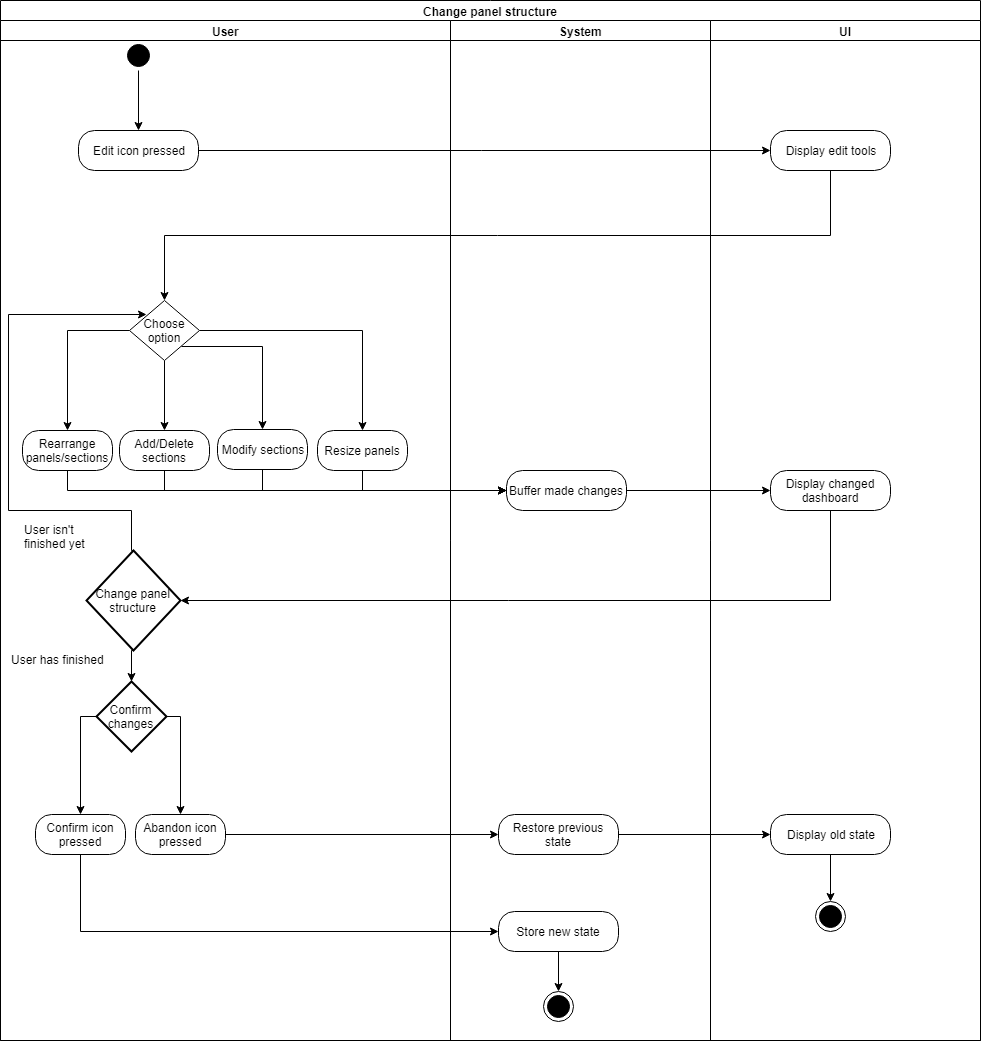
Earlier version of the draw.io export docs/specifications/ucs/layout/change_panel_structure/activity_diagrams/change_panel_structure.png (raphaelmue/dashup). Source tidied: cells renumbered, new cells last; positions are measured from the earlier drawing's top-left corner, leaving out a move shared by most shapes.
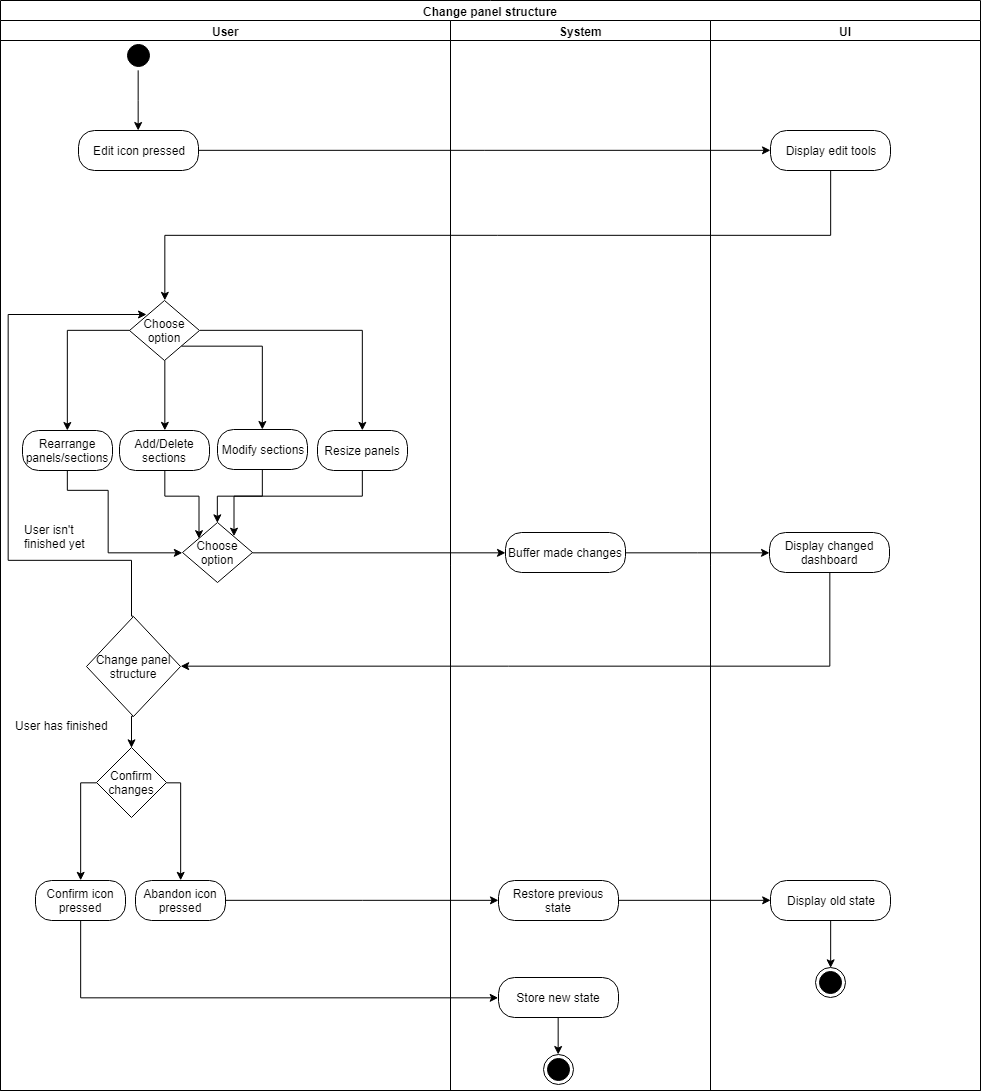
After the change.

The edit, as a diff of the source:
```diff
@@ -23,44 +23,44 @@
     <mxCell id="8" value="Edit icon pressed" style="rounded=1;whiteSpace=wrap;html=1;arcSize=40;fontColor=#000000;fillColor=#FFFFFF;strokeColor=#000000;" parent="1" vertex="1">
       <mxGeometry x="78" y="130" width="120" height="40" as="geometry" />
     </mxCell>
-    <mxCell id="9" style="edgeStyle=orthogonalEdgeStyle;rounded=0;jettySize=auto;html=1;exitX=0.5;exitY=1;exitDx=0;exitDy=0;entryX=0;entryY=0.5;entryDx=0;entryDy=0;" parent="1" edge="1" source="10" target="14">
-      <mxGeometry relative="1" as="geometry" />
-    </mxCell>
+    <mxCell id="52" style="edgeStyle=orthogonalEdgeStyle;rounded=0;jettySize=auto;html=1;exitX=0.5;exitY=1;exitDx=0;exitDy=0;entryX=0;entryY=0.5;entryDx=0;entryDy=0;entryPerimeter=0;" parent="1" edge="1" source="10" target="56">
+      <mxGeometry relative="1" as="geometry">
+        <Array as="points">
+          <mxPoint x="67" y="490" />
+          <mxPoint x="108" y="490" />
+          <mxPoint x="108" y="552" />
+        </Array>
+      </mxGeometry>
+    </mxCell>
     <mxCell id="10" value="Rearrange panels/sections" style="rounded=1;whiteSpace=wrap;html=1;arcSize=40;fontColor=#000000;fillColor=#FFFFFF;strokeColor=#000000;" parent="1" vertex="1">
       <mxGeometry x="22" y="430" width="90" height="40" as="geometry" />
     </mxCell>
-    <mxCell id="11" style="edgeStyle=orthogonalEdgeStyle;rounded=0;jettySize=auto;html=1;exitX=0.5;exitY=1;exitDx=0;exitDy=0;entryX=0;entryY=0.5;entryDx=0;entryDy=0;" parent="1" edge="1" source="12" target="14">
-      <mxGeometry relative="1" as="geometry" />
-    </mxCell>
+    <mxCell id="53" style="edgeStyle=orthogonalEdgeStyle;rounded=0;jettySize=auto;html=1;exitX=0.5;exitY=1;exitDx=0;exitDy=0;entryX=0.233;entryY=0.267;entryDx=0;entryDy=0;entryPerimeter=0;" parent="1" edge="1" source="12" target="56">
+      <mxGeometry relative="1" as="geometry" />
+    </mxCell>
     <mxCell id="12" value="Add/Delete sections" style="rounded=1;whiteSpace=wrap;html=1;arcSize=40;fontColor=#000000;fillColor=#FFFFFF;strokeColor=#000000;" parent="1" vertex="1">
       <mxGeometry x="119" y="430" width="90" height="40" as="geometry" />
     </mxCell>
-    <mxCell id="13" style="edgeStyle=orthogonalEdgeStyle;rounded=0;jettySize=auto;html=1;exitX=1;exitY=0.5;exitDx=0;exitDy=0;strokeColor=#000000;" parent="1" edge="1" source="14" target="44">
-      <mxGeometry relative="1" as="geometry" />
-    </mxCell>
-    <mxCell id="14" value="Buffer made changes" style="rounded=1;whiteSpace=wrap;html=1;arcSize=40;fontColor=#000000;fillColor=#FFFFFF;strokeColor=#000000;" parent="1" vertex="1">
-      <mxGeometry x="506" y="470" width="120" height="40" as="geometry" />
-    </mxCell>
     <mxCell id="15" style="edgeStyle=orthogonalEdgeStyle;rounded=0;jettySize=auto;html=1;entryX=0;entryY=0.5;entryDx=0;entryDy=0;strokeColor=#000000;" parent="1" edge="1" target="37">
       <mxGeometry relative="1" as="geometry">
-        <mxPoint x="80" y="854" as="sourcePoint" />
+        <mxPoint x="80" y="920" as="sourcePoint" />
         <Array as="points">
-          <mxPoint x="80" y="931" />
+          <mxPoint x="80" y="997" />
         </Array>
       </mxGeometry>
     </mxCell>
     <mxCell id="16" value="Confirm icon pressed" style="rounded=1;whiteSpace=wrap;html=1;arcSize=40;fontColor=#000000;fillColor=#FFFFFF;strokeColor=#000000;" parent="1" vertex="1">
-      <mxGeometry x="35" y="814" width="90" height="40" as="geometry" />
+      <mxGeometry x="35" y="880" width="90" height="40" as="geometry" />
     </mxCell>
     <mxCell id="17" style="edgeStyle=orthogonalEdgeStyle;rounded=0;jettySize=auto;html=1;exitX=1;exitY=0.5;exitDx=0;exitDy=0;strokeColor=#000000;" parent="1" edge="1" source="18" target="36">
       <mxGeometry relative="1" as="geometry" />
     </mxCell>
     <mxCell id="18" value="Abandon icon pressed" style="rounded=1;whiteSpace=wrap;html=1;arcSize=40;fontColor=#000000;fillColor=#FFFFFF;strokeColor=#000000;" parent="1" vertex="1">
-      <mxGeometry x="135" y="814" width="90" height="40" as="geometry" />
+      <mxGeometry x="135" y="880" width="90" height="40" as="geometry" />
     </mxCell>
-    <mxCell id="19" style="edgeStyle=orthogonalEdgeStyle;rounded=0;jettySize=auto;html=1;exitX=0.5;exitY=1;exitDx=0;exitDy=0;entryX=0;entryY=0.5;entryDx=0;entryDy=0;" parent="1" edge="1" source="20" target="14">
-      <mxGeometry relative="1" as="geometry" />
-    </mxCell>
+    <mxCell id="54" style="edgeStyle=orthogonalEdgeStyle;rounded=0;jettySize=auto;html=1;exitX=0.5;exitY=1;exitDx=0;exitDy=0;entryX=0.5;entryY=0;entryDx=0;entryDy=0;entryPerimeter=0;" parent="1" edge="1" source="20" target="56">
+      <mxGeometry relative="1" as="geometry" />
+    </mxCell>
     <mxCell id="20" value="Modify sections" style="rounded=1;whiteSpace=wrap;html=1;arcSize=40;fontColor=#000000;fillColor=#FFFFFF;strokeColor=#000000;" parent="1" vertex="1">
       <mxGeometry x="217" y="429" width="90" height="40" as="geometry" />
     </mxCell>
@@ -78,72 +78,81 @@
     </mxCell>
     <mxCell id="25" style="edgeStyle=orthogonalEdgeStyle;rounded=0;jettySize=auto;html=1;exitX=0;exitY=0.5;exitDx=0;exitDy=0;exitPerimeter=0;entryX=0.5;entryY=0;entryDx=0;entryDy=0;" parent="1" edge="1" source="27">
       <mxGeometry relative="1" as="geometry">
-        <mxPoint x="80" y="814" as="targetPoint" />
+        <mxPoint x="80" y="880" as="targetPoint" />
         <Array as="points">
-          <mxPoint x="80" y="716" />
+          <mxPoint x="80" y="782" />
         </Array>
       </mxGeometry>
     </mxCell>
     <mxCell id="26" style="edgeStyle=orthogonalEdgeStyle;rounded=0;jettySize=auto;html=1;exitX=1;exitY=0.5;exitDx=0;exitDy=0;exitPerimeter=0;entryX=0.5;entryY=0;entryDx=0;entryDy=0;" parent="1" edge="1" source="27" target="18">
       <mxGeometry relative="1" as="geometry">
         <Array as="points">
-          <mxPoint x="180" y="716" />
+          <mxPoint x="180" y="782" />
         </Array>
       </mxGeometry>
     </mxCell>
-    <mxCell id="27" value="Confirm changes&lt;br&gt;" style="strokeWidth=2;html=1;shape=mxgraph.flowchart.decision;whiteSpace=wrap;fillColor=#FFFFFF;strokeColor=#000000;" parent="1" vertex="1">
-      <mxGeometry x="96" y="681" width="70" height="70" as="geometry" />
+    <mxCell id="27" value="Confirm changes&lt;br&gt;" style="strokeWidth=1;html=1;shape=mxgraph.flowchart.decision;whiteSpace=wrap;fillColor=#FFFFFF;strokeColor=#000000;" parent="1" vertex="1">
+      <mxGeometry x="96" y="747" width="70" height="70" as="geometry" />
     </mxCell>
     <mxCell id="28" value="Change panel structure" style="swimlane;html=1;startSize=20;" parent="1" vertex="1">
-      <mxGeometry width="980" height="1040" as="geometry" />
+      <mxGeometry width="980" height="1090" as="geometry" />
     </mxCell>
     <mxCell id="29" value="User" style="swimlane;html=1;startSize=20;" parent="28" vertex="1">
-      <mxGeometry y="20" width="450" height="1020" as="geometry" />
+      <mxGeometry y="20" width="450" height="1070" as="geometry" />
     </mxCell>
+    <mxCell id="55" style="edgeStyle=orthogonalEdgeStyle;rounded=0;jettySize=auto;html=1;exitX=0.5;exitY=1;exitDx=0;exitDy=0;entryX=0.738;entryY=0.228;entryDx=0;entryDy=0;entryPerimeter=0;" parent="29" edge="1" source="30" target="56">
+      <mxGeometry relative="1" as="geometry" />
+    </mxCell>
     <mxCell id="30" value="Resize panels" style="rounded=1;whiteSpace=wrap;html=1;arcSize=40;fontColor=#000000;fillColor=#FFFFFF;strokeColor=#000000;" parent="29" vertex="1">
       <mxGeometry x="317" y="410" width="90" height="40" as="geometry" />
     </mxCell>
-    <mxCell id="31" value="Change panel structure&lt;br&gt;" style="strokeWidth=2;html=1;shape=mxgraph.flowchart.decision;whiteSpace=wrap;fillColor=#FFFFFF;strokeColor=#000000;" parent="29" vertex="1">
-      <mxGeometry x="86" y="530" width="94" height="100" as="geometry" />
+    <mxCell id="31" value="Change panel structure&lt;br&gt;" style="strokeWidth=1;html=1;shape=mxgraph.flowchart.decision;whiteSpace=wrap;fillColor=#FFFFFF;strokeColor=#000000;" parent="29" vertex="1">
+      <mxGeometry x="86" y="596" width="94" height="100" as="geometry" />
     </mxCell>
     <mxCell id="32" value="User isn't &lt;br&gt;finished yet" style="text;html=1;align=left;verticalAlign=top;spacingTop=-4;" parent="29" vertex="1">
       <mxGeometry x="22" y="500" width="80" height="30" as="geometry" />
     </mxCell>
     <mxCell id="33" value="User has finished" style="text;html=1;align=left;verticalAlign=top;spacingTop=-4;" parent="29" vertex="1">
-      <mxGeometry x="9" y="630" width="110" height="20" as="geometry" />
+      <mxGeometry x="13" y="696" width="110" height="20" as="geometry" />
     </mxCell>
+    <mxCell id="56" value="Choose&lt;br&gt;option&lt;br&gt;" style="strokeWidth=1;html=1;shape=mxgraph.flowchart.decision;whiteSpace=wrap;fillColor=#FFFFFF;strokeColor=#000000;" parent="29" vertex="1">
+      <mxGeometry x="182" y="502" width="70" height="60" as="geometry" />
+    </mxCell>
     <mxCell id="34" value="System" style="swimlane;html=1;startSize=20;" parent="28" vertex="1">
-      <mxGeometry x="450" y="20" width="260" height="1020" as="geometry" />
+      <mxGeometry x="450" y="20" width="260" height="1070" as="geometry" />
     </mxCell>
     <mxCell id="35" style="ellipse;html=1;shape=endState;fillColor=#000000;strokeColor=#000000;" parent="34" vertex="1">
-      <mxGeometry x="93" y="971" width="30" height="30" as="geometry" />
+      <mxGeometry x="93" y="1034" width="30" height="30" as="geometry" />
     </mxCell>
     <mxCell id="36" value="Restore previous state" style="rounded=1;whiteSpace=wrap;html=1;arcSize=40;fontColor=#000000;fillColor=#FFFFFF;strokeColor=#000000;" parent="34" vertex="1">
-      <mxGeometry x="48" y="794" width="120" height="40" as="geometry" />
+      <mxGeometry x="48" y="860" width="120" height="40" as="geometry" />
     </mxCell>
     <mxCell id="37" value="Store new state" style="rounded=1;whiteSpace=wrap;html=1;arcSize=40;fontColor=#000000;fillColor=#FFFFFF;strokeColor=#000000;" parent="34" vertex="1">
-      <mxGeometry x="48" y="891" width="120" height="40" as="geometry" />
+      <mxGeometry x="48" y="957" width="120" height="40" as="geometry" />
     </mxCell>
     <mxCell id="38" style="edgeStyle=orthogonalEdgeStyle;rounded=0;jettySize=auto;html=1;exitX=0.5;exitY=1;exitDx=0;exitDy=0;entryX=0.5;entryY=0;entryDx=0;entryDy=0;strokeColor=#000000;" parent="34" edge="1" source="37" target="35">
       <mxGeometry relative="1" as="geometry" />
     </mxCell>
+    <mxCell id="14" value="Buffer made changes" style="rounded=1;whiteSpace=wrap;html=1;arcSize=40;fontColor=#000000;fillColor=#FFFFFF;strokeColor=#000000;" parent="34" vertex="1">
+      <mxGeometry x="55" y="512" width="120" height="40" as="geometry" />
+    </mxCell>
     <mxCell id="39" value="UI" style="swimlane;html=1;startSize=20;" parent="28" vertex="1">
-      <mxGeometry x="710" y="20" width="270" height="1020" as="geometry" />
+      <mxGeometry x="710" y="20" width="270" height="1070" as="geometry" />
     </mxCell>
     <mxCell id="40" style="edgeStyle=orthogonalEdgeStyle;rounded=0;jettySize=auto;html=1;exitX=0.5;exitY=1;exitDx=0;exitDy=0;entryX=0.5;entryY=0;entryDx=0;entryDy=0;strokeColor=#000000;" parent="39" edge="1" source="41" target="42">
       <mxGeometry relative="1" as="geometry" />
     </mxCell>
     <mxCell id="41" value="Display old state" style="rounded=1;whiteSpace=wrap;html=1;arcSize=40;fontColor=#000000;fillColor=#FFFFFF;strokeColor=#000000;" parent="39" vertex="1">
-      <mxGeometry x="60" y="794" width="120" height="40" as="geometry" />
+      <mxGeometry x="60" y="860" width="120" height="40" as="geometry" />
     </mxCell>
     <mxCell id="42" style="ellipse;html=1;shape=endState;fillColor=#000000;strokeColor=#000000;" parent="39" vertex="1">
-      <mxGeometry x="105" y="881" width="30" height="30" as="geometry" />
+      <mxGeometry x="105" y="947" width="30" height="30" as="geometry" />
     </mxCell>
     <mxCell id="43" value="Display edit tools" style="rounded=1;whiteSpace=wrap;html=1;arcSize=40;fontColor=#000000;fillColor=#FFFFFF;strokeColor=#000000;" parent="39" vertex="1">
       <mxGeometry x="60" y="110" width="120" height="40" as="geometry" />
     </mxCell>
     <mxCell id="44" value="Display changed dashboard" style="rounded=1;whiteSpace=wrap;html=1;arcSize=40;fontColor=#000000;fillColor=#FFFFFF;strokeColor=#000000;" parent="39" vertex="1">
-      <mxGeometry x="60" y="450" width="120" height="40" as="geometry" />
+      <mxGeometry x="59" y="512" width="120" height="40" as="geometry" />
     </mxCell>
     <mxCell id="45" style="edgeStyle=orthogonalEdgeStyle;rounded=0;jettySize=auto;html=1;exitX=1;exitY=0.5;exitDx=0;exitDy=0;entryX=0;entryY=0.5;entryDx=0;entryDy=0;strokeColor=#000000;" parent="28" edge="1" source="36" target="41">
       <mxGeometry relative="1" as="geometry" />
@@ -151,6 +160,12 @@
     <mxCell id="46" style="edgeStyle=orthogonalEdgeStyle;rounded=0;jettySize=auto;html=1;exitX=0.5;exitY=1;exitDx=0;exitDy=0;entryX=1;entryY=0.5;entryDx=0;entryDy=0;entryPerimeter=0;" parent="28" edge="1" source="44" target="31">
       <mxGeometry relative="1" as="geometry" />
     </mxCell>
+    <mxCell id="13" style="edgeStyle=orthogonalEdgeStyle;rounded=0;jettySize=auto;html=1;exitX=1;exitY=0.5;exitDx=0;exitDy=0;strokeColor=#000000;" parent="28" edge="1" source="14" target="44">
+      <mxGeometry relative="1" as="geometry" />
+    </mxCell>
+    <mxCell id="57" style="edgeStyle=orthogonalEdgeStyle;rounded=0;jettySize=auto;html=1;exitX=1;exitY=0.5;exitDx=0;exitDy=0;exitPerimeter=0;" parent="28" edge="1" source="56" target="14">
+      <mxGeometry relative="1" as="geometry" />
+    </mxCell>
     <mxCell id="47" style="edgeStyle=orthogonalEdgeStyle;rounded=0;jettySize=auto;html=1;exitX=0.5;exitY=1;exitDx=0;exitDy=0;entryX=0.5;entryY=0;entryDx=0;entryDy=0;entryPerimeter=0;" parent="1" edge="1" source="43" target="24">
       <mxGeometry relative="1" as="geometry" />
     </mxCell>
@@ -163,14 +178,12 @@
     <mxCell id="50" style="edgeStyle=orthogonalEdgeStyle;rounded=0;jettySize=auto;html=1;exitX=0.5;exitY=0;exitDx=0;exitDy=0;exitPerimeter=0;entryX=0.243;entryY=0.233;entryDx=0;entryDy=0;entryPerimeter=0;" parent="1" edge="1" source="31" target="24">
       <mxGeometry relative="1" as="geometry">
         <Array as="points">
-          <mxPoint x="131" y="510" />
-          <mxPoint x="8" y="510" />
+          <mxPoint x="131" y="616" />
+          <mxPoint x="131" y="560" />
+          <mxPoint x="8" y="560" />
           <mxPoint x="8" y="314" />
         </Array>
       </mxGeometry>
     </mxCell>
-    <mxCell id="51" style="edgeStyle=orthogonalEdgeStyle;rounded=0;jettySize=auto;html=1;exitX=0.5;exitY=1;exitDx=0;exitDy=0;entryX=0;entryY=0.5;entryDx=0;entryDy=0;" parent="1" edge="1" source="30" target="14">
-      <mxGeometry relative="1" as="geometry" />
-    </mxCell>
   </root>
 </mxGraphModel>
```
